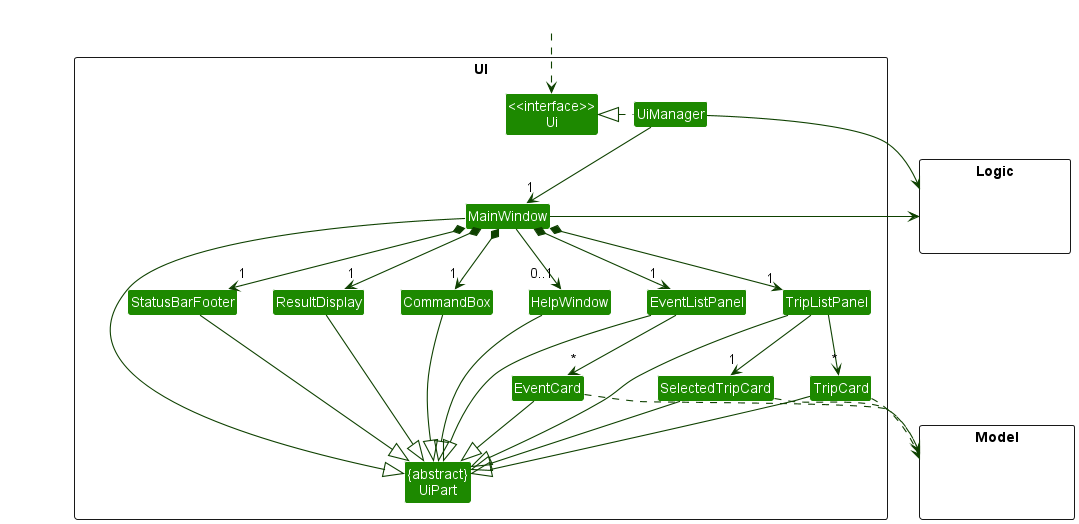
Earlier version of the PlantUML export docs/images/UiClassDiagram.png (nus-cs2103-AY2223S1/tp).
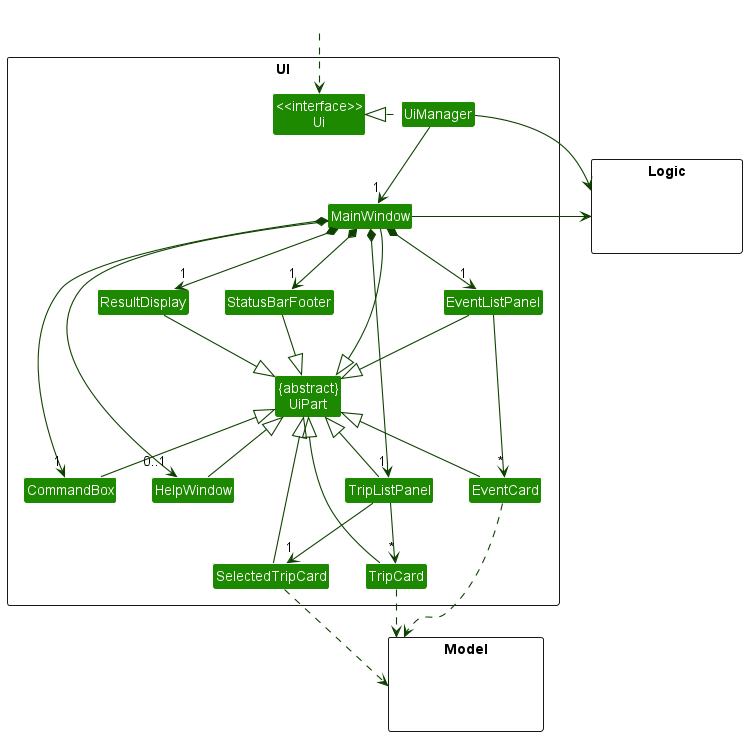
Later version of the same file.

What changed in the source:
```diff
@@ -46,12 +46,12 @@
 MainWindow -left-|> UiPart
 
 ResultDisplay --|> UiPart
-CommandBox --|> UiPart
+CommandBox -up-|> UiPart
 TripListPanel --|> UiPart
-TripCard --|> UiPart
-SelectedTripCard --|> UiPart
+TripCard -up-|> UiPart
+SelectedTripCard -up-|> UiPart
 EventListPanel --|> UiPart
-EventCard --|> UiPart
+EventCard -up-|> UiPart
 StatusBarFooter --|> UiPart
 HelpWindow --|> UiPart
 
```
